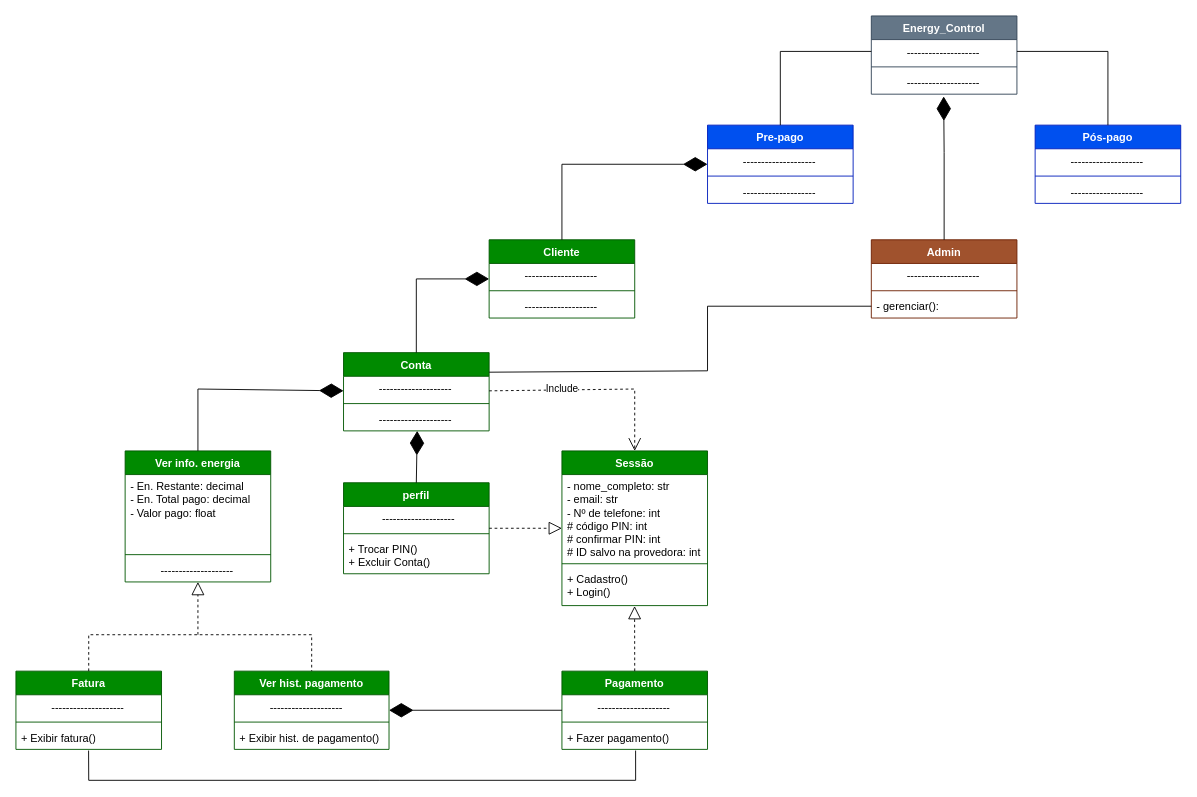
Above: diagramas/Diagrama_de_classe.drawio in eduardo-masivi-filho/pcc (draw.io), before the change. Source tidied: cells renumbered, new cells numbered last; positions are measured from the earlier drawing's top-left corner, leaving out a move shared by most shapes. Both pictures are drawn from the tidied source at 91%, with x=0, y=0 at pixel (15, 15).
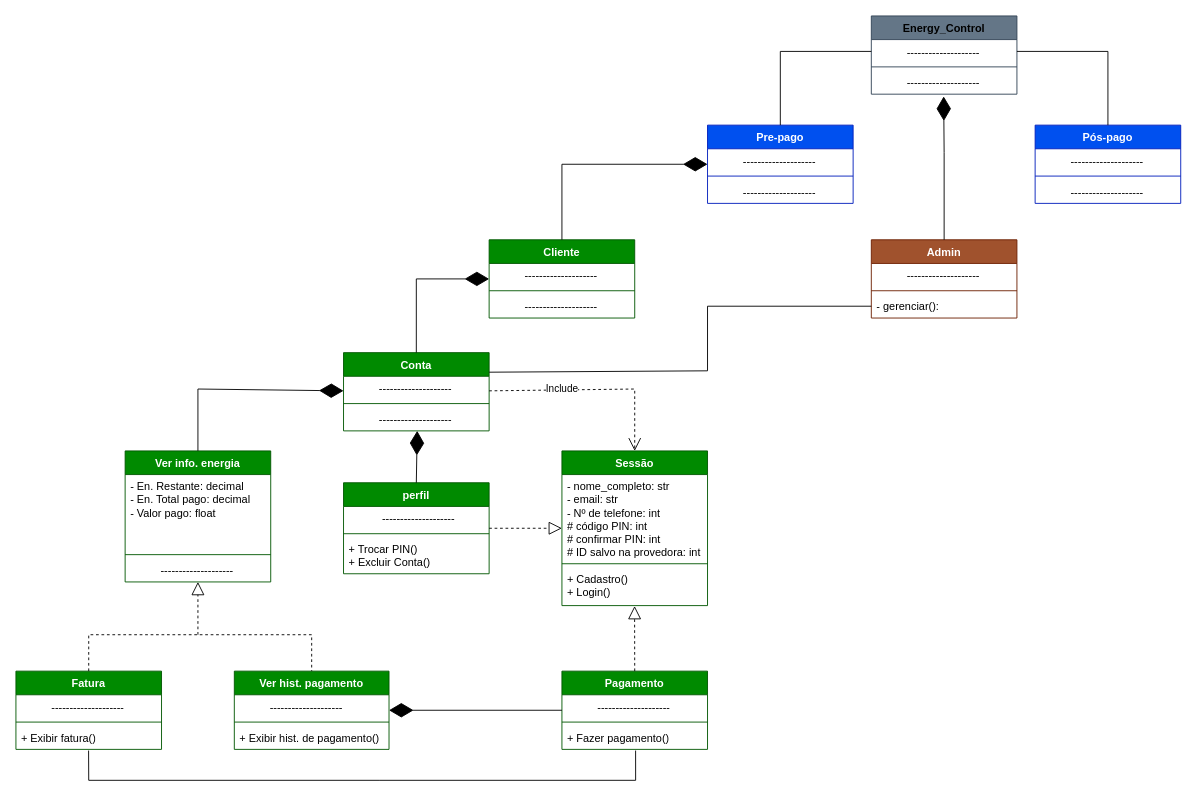
The same page after the edit.

Change to the diagram source:
```diff
@@
-    <mxCell id="45" value="Energy_Control" style="swimlane;fontStyle=1;align=center;verticalAlign=top;horizontal=1;startSize=26;whiteSpace=wrap;html=1;fillColor=#647687;fontColor=#ffffff;strokeColor=#314354;" parent="1" vertex="1">
+    <mxCell id="45" value="&lt;font style=&quot;color: light-dark(rgb(0, 0, 0), rgb(255, 255, 255));&quot;&gt;Energy_Control&lt;/font&gt;" style="swimlane;fontStyle=1;align=center;verticalAlign=top;horizontal=1;startSize=26;whiteSpace=wrap;html=1;fillColor=#647687;fontColor=#ffffff;strokeColor=#314354;" parent="1" vertex="1">
       <mxGeometry x="940" width="160" height="86" as="geometry" />
     </mxCell>
```
